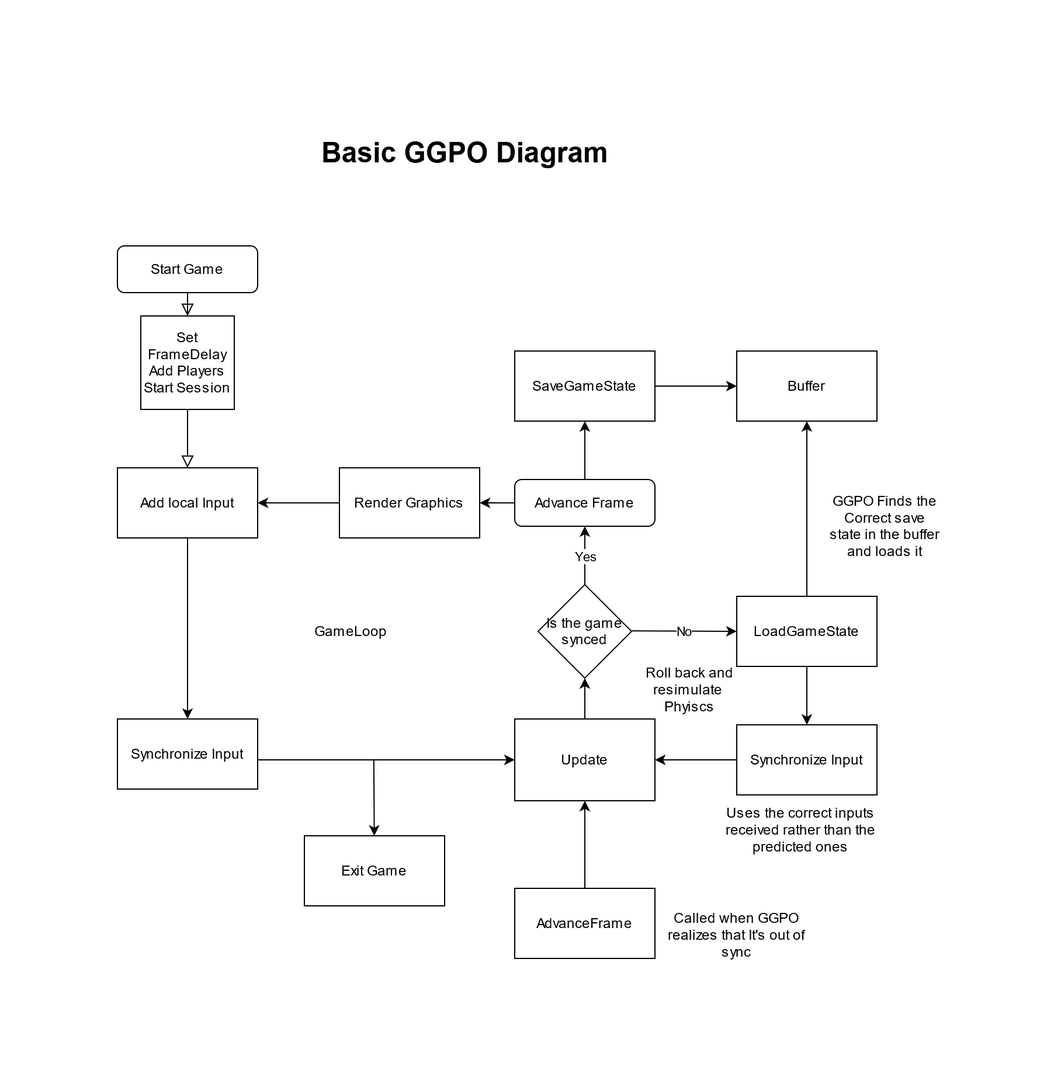
The draw.io diagram src/Structure Diagram.png in pecefulpro/GGPO-tutorial, before a commit. Source tidied: cells renumbered, new cells last; positions are measured from the earlier drawing's top-left corner, leaving out a move shared by most shapes.
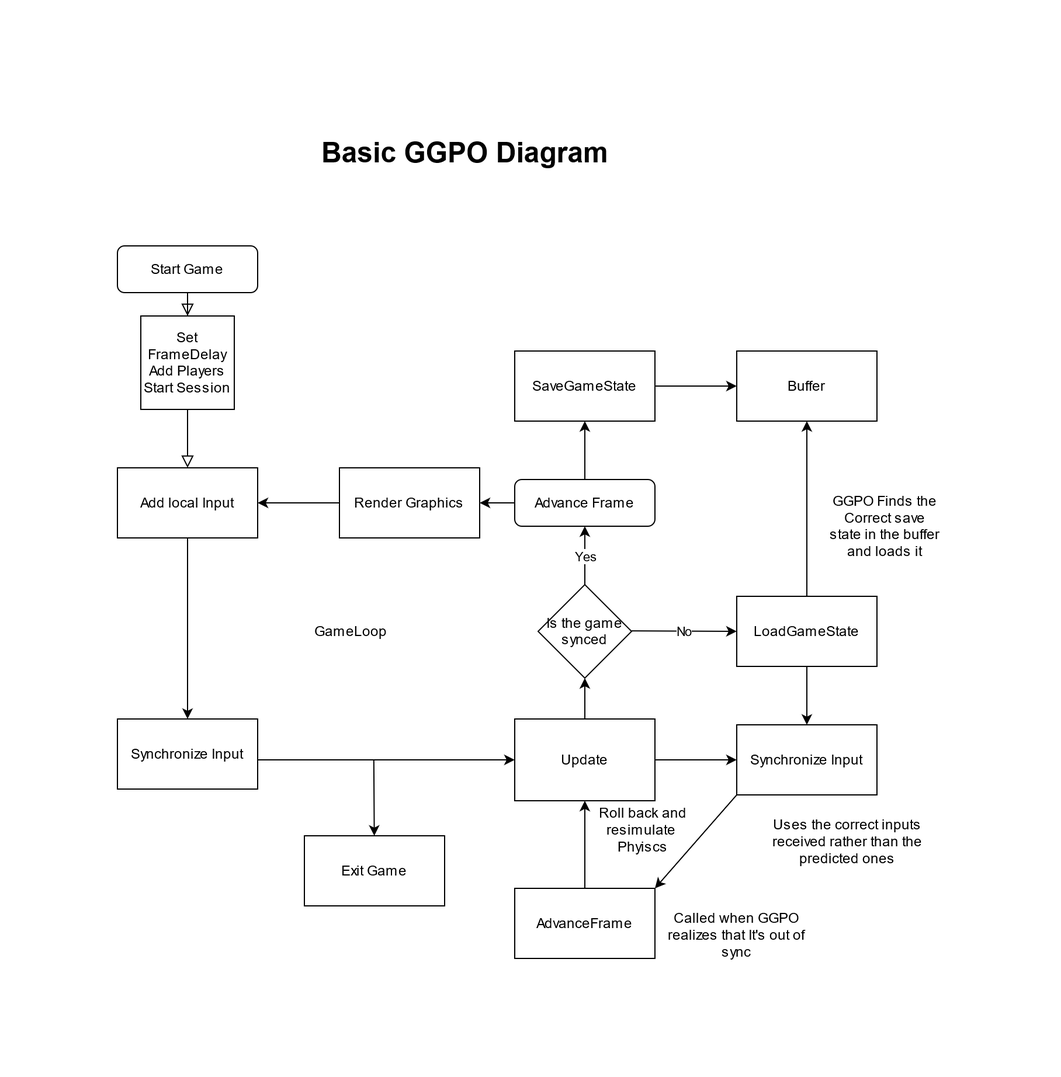
After the commit.

Change to the diagram source:
```diff
@@ -84,7 +84,7 @@
       <mxGeometry y="505" width="120" height="60" as="geometry" />
     </mxCell>
     <mxCell id="27" value="Roll back and resimulate&amp;nbsp; Phyiscs" style="text;html=1;strokeColor=none;fillColor=none;align=center;verticalAlign=middle;whiteSpace=wrap;rounded=0;" parent="1" vertex="1">
-      <mxGeometry x="450" y="470" width="80" height="20" as="geometry" />
+      <mxGeometry x="410" y="590" width="80" height="20" as="geometry" />
     </mxCell>
     <mxCell id="28" value="&lt;h1&gt;Basic GGPO Diagram &lt;br&gt;&lt;/h1&gt;" style="text;html=1;strokeColor=none;fillColor=none;spacing=5;spacingTop=-20;whiteSpace=wrap;overflow=hidden;rounded=0;" parent="1" vertex="1">
       <mxGeometry x="170" width="280" height="120" as="geometry" />
@@ -106,11 +106,11 @@
     <mxCell id="33" value="Synchronize Input" style="rounded=0;whiteSpace=wrap;html=1;" parent="1" vertex="1">
       <mxGeometry x="530" y="510" width="120" height="60" as="geometry" />
     </mxCell>
-    <mxCell id="34" style="endArrow=classic;html=1;entryX=1;entryY=0.5;entryDx=0;entryDy=0;exitX=0;exitY=0.5;exitDx=0;exitDy=0;" parent="1" edge="1" source="33" target="14">
+    <mxCell id="34" style="endArrow=classic;html=1;entryX=0;entryY=0.5;entryDx=0;entryDy=0;exitX=1;exitY=0.5;exitDx=0;exitDy=0;" parent="1" edge="1" source="14" target="33">
       <mxGeometry relative="1" as="geometry" />
     </mxCell>
     <mxCell id="35" value="Uses the correct inputs received rather than the predicted ones " style="text;html=1;strokeColor=none;fillColor=none;align=center;verticalAlign=middle;whiteSpace=wrap;rounded=0;" parent="1" vertex="1">
-      <mxGeometry x="520" y="590" width="130" height="20" as="geometry" />
+      <mxGeometry x="560" y="600" width="130" height="20" as="geometry" />
     </mxCell>
     <mxCell id="36" style="endArrow=classic;html=1;entryX=0.5;entryY=0;entryDx=0;entryDy=0;exitX=0.5;exitY=1;exitDx=0;exitDy=0;" parent="1" edge="1" source="17" target="33">
       <mxGeometry relative="1" as="geometry" />
@@ -124,5 +124,8 @@
     <mxCell id="39" value="Called when GGPO realizes that It's out of sync " style="text;html=1;strokeColor=none;fillColor=none;align=center;verticalAlign=middle;whiteSpace=wrap;rounded=0;" parent="1" vertex="1">
       <mxGeometry x="460" y="680" width="140" height="20" as="geometry" />
     </mxCell>
+    <mxCell id="40" style="endArrow=classic;html=1;entryX=1;entryY=0;entryDx=0;entryDy=0;exitX=0;exitY=1;exitDx=0;exitDy=0;" parent="1" edge="1" source="33" target="37">
+      <mxGeometry relative="1" as="geometry" />
+    </mxCell>
   </root>
 </mxGraphModel>
```
